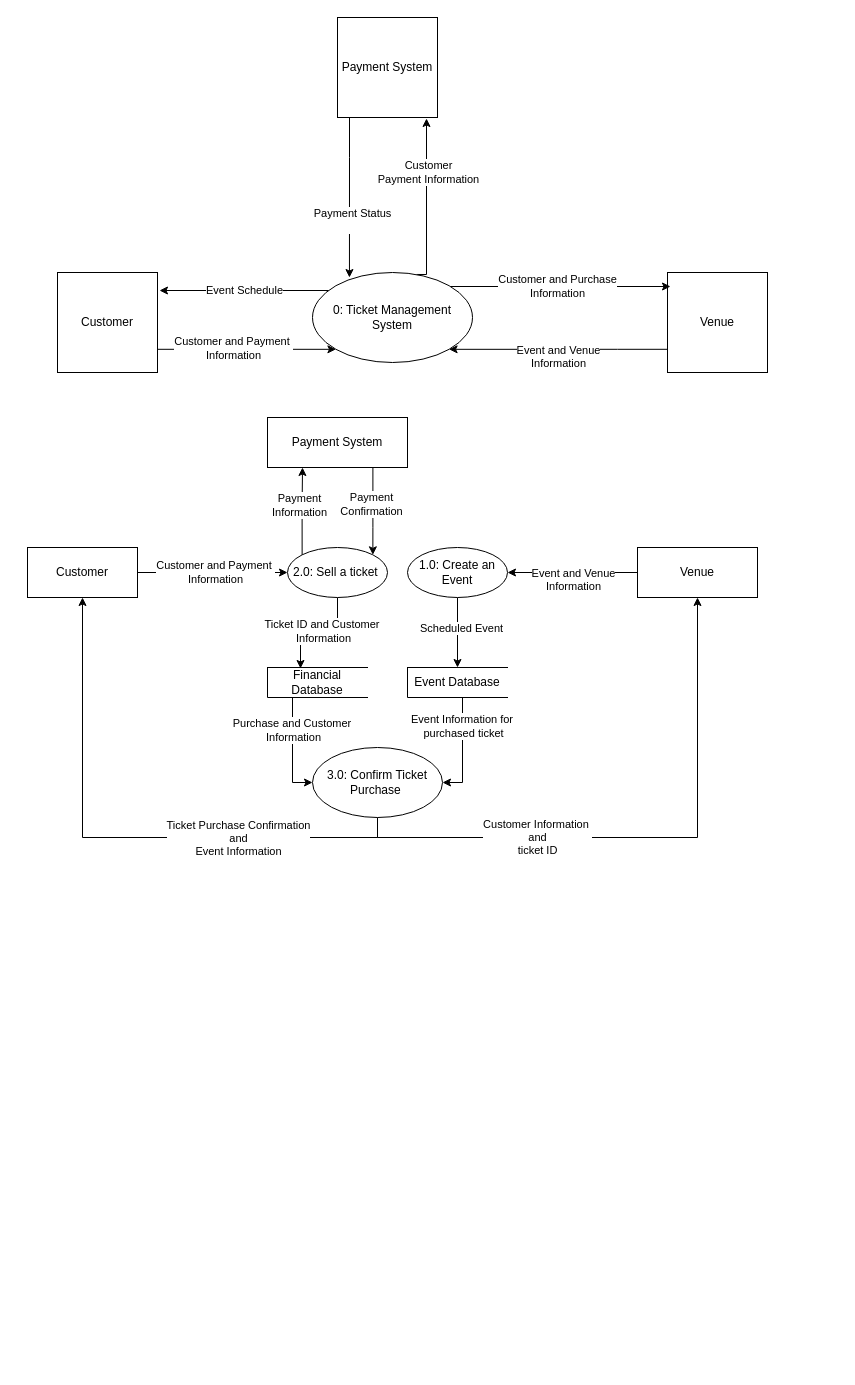
The draw.io diagram ITEC 630 DFD Ticket Mangement System .drawio in SteveWChang/UMGC-ITEC--630-Ticketing-System-Modeling-and-Analysis, before the edit. Source tidied: cells renumbered, new cells numbered last; positions are measured from the earlier drawing's top-left corner, leaving out a move shared by most shapes. Both pictures are drawn from the tidied source at 100%, with x=0, y=0 at pixel (27, 17).
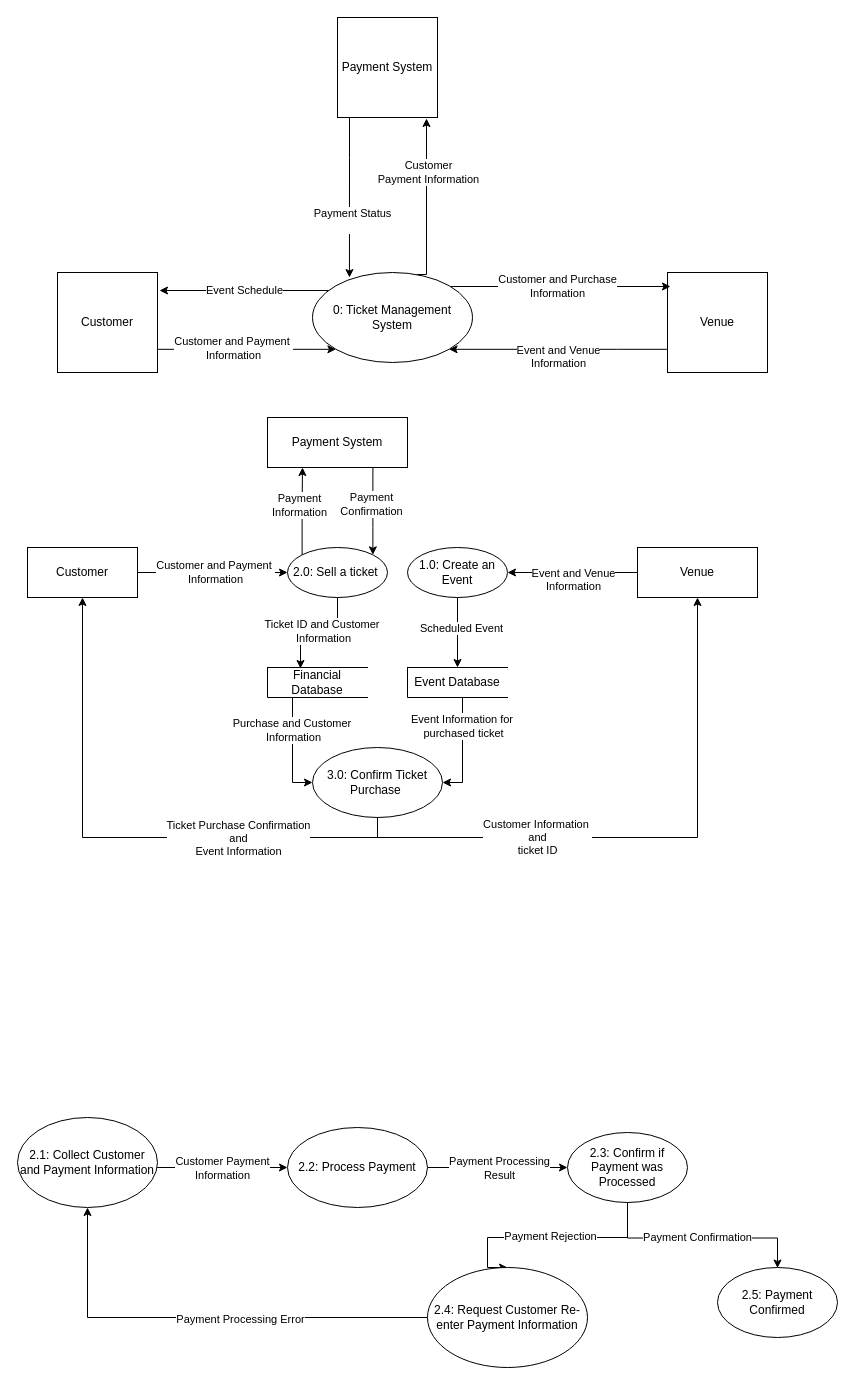
The same diagram, later.

Change to the diagram source:
```diff
@@
+    <mxCell id="46" style="edgeStyle=orthogonalEdgeStyle;rounded=0;jettySize=auto;html=1;entryX=0;entryY=0.5;entryDx=0;entryDy=0;" parent="1" edge="1" source="48" target="51">
+      <mxGeometry relative="1" as="geometry">
+        <Array as="points">
+          <mxPoint x="150" y="1150" />
+          <mxPoint x="150" y="1150" />
+        </Array>
+      </mxGeometry>
+    </mxCell>
+    <mxCell id="47" value="&lt;div&gt;Customer Payment&lt;/div&gt;&lt;div&gt;Information&lt;/div&gt;" style="edgeLabel;html=1;align=center;verticalAlign=middle;" parent="46" vertex="1">
+      <mxGeometry x="-0.29" y="-3" relative="1" as="geometry">
+        <mxPoint x="19" y="-3" as="offset" />
+      </mxGeometry>
+    </mxCell>
+    <mxCell id="48" value="2.1: Collect Customer and Payment Information" style="shape=ellipse;html=1;dashed=0;whiteSpace=wrap;perimeter=ellipsePerimeter;" parent="1" vertex="1">
+      <mxGeometry x="-10" y="1100" width="140" height="90" as="geometry" />
+    </mxCell>
+    <mxCell id="49" style="edgeStyle=orthogonalEdgeStyle;rounded=0;jettySize=auto;html=1;entryX=0;entryY=0.5;entryDx=0;entryDy=0;" parent="1" edge="1" source="51" target="56">
+      <mxGeometry relative="1" as="geometry" />
+    </mxCell>
+    <mxCell id="50" value="&lt;div&gt;Payment Processing&lt;/div&gt;&lt;div&gt;Result&lt;/div&gt;" style="edgeLabel;html=1;align=center;verticalAlign=middle;" parent="49" vertex="1">
+      <mxGeometry x="-0.15" relative="1" as="geometry">
+        <mxPoint x="11" as="offset" />
+      </mxGeometry>
+    </mxCell>
+    <mxCell id="51" value="2.2: Process Payment" style="shape=ellipse;html=1;dashed=0;whiteSpace=wrap;perimeter=ellipsePerimeter;" parent="1" vertex="1">
+      <mxGeometry x="260" y="1110" width="140" height="80" as="geometry" />
+    </mxCell>
+    <mxCell id="52" style="edgeStyle=orthogonalEdgeStyle;rounded=0;jettySize=auto;html=1;entryX=0.5;entryY=0;entryDx=0;entryDy=0;" parent="1" edge="1" source="56" target="60">
+      <mxGeometry relative="1" as="geometry">
+        <Array as="points">
+          <mxPoint x="600" y="1220" />
+          <mxPoint x="460" y="1220" />
+        </Array>
+      </mxGeometry>
+    </mxCell>
+    <mxCell id="53" value="Payment Rejection" style="edgeLabel;html=1;align=center;verticalAlign=middle;" parent="52" vertex="1">
+      <mxGeometry x="-0.14" y="-2" relative="1" as="geometry">
+        <mxPoint x="-16" as="offset" />
+      </mxGeometry>
+    </mxCell>
+    <mxCell id="54" style="edgeStyle=orthogonalEdgeStyle;rounded=0;orthogonalLoop=1;jettySize=auto;html=1;entryX=0.5;entryY=0;entryDx=0;entryDy=0;" parent="1" edge="1">
+      <mxGeometry relative="1" as="geometry">
+        <mxPoint x="590" y="1180" as="sourcePoint" />
+        <mxPoint x="750" y="1250.5" as="targetPoint" />
+        <Array as="points">
+          <mxPoint x="600" y="1180" />
+          <mxPoint x="600" y="1220.5" />
+          <mxPoint x="750" y="1220.5" />
+        </Array>
+      </mxGeometry>
+    </mxCell>
+    <mxCell id="55" value="Payment Confirmation" style="edgeLabel;html=1;align=center;verticalAlign=middle;" parent="54" vertex="1">
+      <mxGeometry x="0.04" y="1" relative="1" as="geometry" />
+    </mxCell>
+    <mxCell id="56" value="2.3: Confirm if Payment was Processed" style="shape=ellipse;html=1;dashed=0;whiteSpace=wrap;perimeter=ellipsePerimeter;" parent="1" vertex="1">
+      <mxGeometry x="540" y="1115" width="120" height="70" as="geometry" />
+    </mxCell>
+    <mxCell id="57" value="&lt;div&gt;2.5: Payment Confirmed&lt;/div&gt;" style="shape=ellipse;html=1;dashed=0;whiteSpace=wrap;perimeter=ellipsePerimeter;" parent="1" vertex="1">
+      <mxGeometry x="690" y="1250" width="120" height="70" as="geometry" />
+    </mxCell>
+    <mxCell id="58" style="edgeStyle=orthogonalEdgeStyle;rounded=0;jettySize=auto;html=1;entryX=0.5;entryY=1;entryDx=0;entryDy=0;" parent="1" edge="1" source="60" target="48">
+      <mxGeometry relative="1" as="geometry" />
+    </mxCell>
+    <mxCell id="59" value="Payment Processing Error" style="edgeLabel;html=1;align=center;verticalAlign=middle;" parent="58" vertex="1">
+      <mxGeometry x="-0.17" y="1" relative="1" as="geometry" />
+    </mxCell>
+    <mxCell id="60" value="2.4: Request Customer Re-enter Payment Information" style="shape=ellipse;html=1;dashed=0;whiteSpace=wrap;perimeter=ellipsePerimeter;" parent="1" vertex="1">
+      <mxGeometry x="400" y="1250" width="160" height="100" as="geometry" />
+    </mxCell>
```
